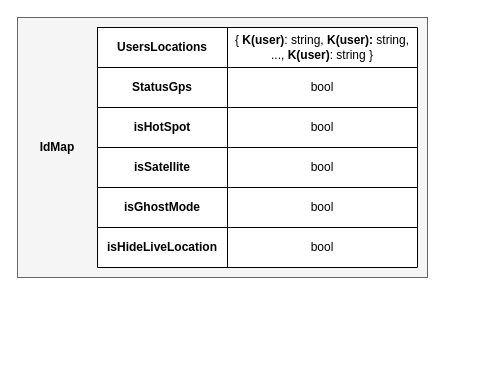
Above: NoAM/collection-map.drawio in Antonet99/noSQL-Snapchat (draw.io), before the change. Source tidied: cells renumbered, new cells numbered last; positions are measured from the earlier drawing's top-left corner, leaving out a move shared by most shapes. Both pictures are drawn from the tidied source at 100%, with x=0, y=0 at pixel (17, 17).
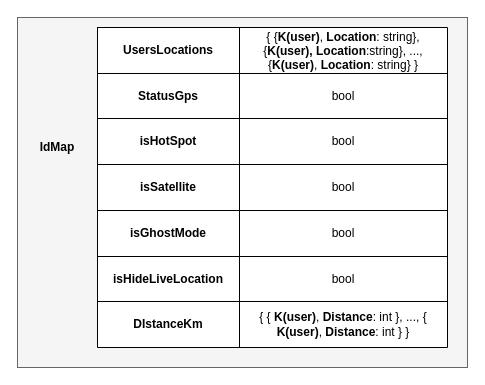
The same page after the edit.

Diff of the diagram source:
```diff
@@
     <mxCell id="2" style="rounded=0;whiteSpace=wrap;html=1;fillColor=#f5f5f5;fontColor=#333333;strokeColor=#666666;" parent="1" vertex="1">
-      <mxGeometry width="410" height="260" as="geometry" />
+      <mxGeometry width="450" height="350" as="geometry" />
     </mxCell>
@@
     <mxCell id="4" style="shape=table;startSize=0;childLayout=tableLayout;" parent="1" vertex="1">
-      <mxGeometry x="80" y="10" width="320" height="240" as="geometry" />
+      <mxGeometry x="80" y="10" width="350" height="320" as="geometry" />
     </mxCell>
     <mxCell id="5" style="shape=tableRow;horizontal=0;startSize=0;swimlaneHead=0;swimlaneBody=0;strokeColor=inherit;top=0;left=0;bottom=0;right=0;fillColor=none;" parent="4" vertex="1">
-      <mxGeometry width="320" height="40" as="geometry" />
+      <mxGeometry width="350" height="46" as="geometry" />
     </mxCell>
     <mxCell id="6" value="&lt;b&gt;UsersLocations&lt;/b&gt;" style="shape=partialRectangle;html=1;whiteSpace=wrap;strokeColor=inherit;overflow=hidden;fillColor=none;top=0;left=0;bottom=0;right=0;" parent="5" vertex="1">
-      <mxGeometry width="130" height="40" as="geometry" />
+      <mxGeometry width="142" height="46" as="geometry" />
     </mxCell>
-    <mxCell id="7" value="{ &lt;b&gt;K(user)&lt;/b&gt;: string, &lt;b&gt;K(user):&lt;/b&gt; string, ..., &lt;b&gt;K(user)&lt;/b&gt;: string }" style="shape=partialRectangle;html=1;whiteSpace=wrap;strokeColor=inherit;overflow=hidden;fillColor=none;top=0;left=0;bottom=0;right=0;" parent="5" vertex="1">
-      <mxGeometry x="130" width="190" height="40" as="geometry" />
+    <mxCell id="7" value="{ {&lt;b&gt;K(user)&lt;/b&gt;, &lt;b&gt;Location&lt;/b&gt;: string}, {&lt;b&gt;K(user), Location&lt;/b&gt;:string}, ..., {&lt;b&gt;K(user)&lt;/b&gt;,&amp;nbsp;&lt;b&gt;Location&lt;/b&gt;: string} }" style="shape=partialRectangle;html=1;whiteSpace=wrap;strokeColor=inherit;overflow=hidden;fillColor=none;top=0;left=0;bottom=0;right=0;" parent="5" vertex="1">
+      <mxGeometry x="142" width="208" height="46" as="geometry" />
     </mxCell>
     <mxCell id="8" style="shape=tableRow;horizontal=0;startSize=0;swimlaneHead=0;swimlaneBody=0;strokeColor=inherit;top=0;left=0;bottom=0;right=0;fillColor=none;" parent="4" vertex="1">
-      <mxGeometry y="40" width="320" height="40" as="geometry" />
+      <mxGeometry y="46" width="350" height="45" as="geometry" />
     </mxCell>
     <mxCell id="9" value="&lt;b&gt;StatusGps&lt;/b&gt;" style="shape=partialRectangle;html=1;whiteSpace=wrap;strokeColor=inherit;overflow=hidden;fillColor=none;top=0;left=0;bottom=0;right=0;" parent="8" vertex="1">
-      <mxGeometry width="130" height="40" as="geometry" />
+      <mxGeometry width="142" height="45" as="geometry" />
     </mxCell>
     <mxCell id="10" value="bool" style="shape=partialRectangle;html=1;whiteSpace=wrap;strokeColor=inherit;overflow=hidden;fillColor=none;top=0;left=0;bottom=0;right=0;" parent="8" vertex="1">
-      <mxGeometry x="130" width="190" height="40" as="geometry" />
+      <mxGeometry x="142" width="208" height="45" as="geometry" />
     </mxCell>
     <mxCell id="11" style="shape=tableRow;horizontal=0;startSize=0;swimlaneHead=0;swimlaneBody=0;strokeColor=inherit;top=0;left=0;bottom=0;right=0;fillColor=none;" parent="4" vertex="1">
-      <mxGeometry y="80" width="320" height="40" as="geometry" />
+      <mxGeometry y="91" width="350" height="46" as="geometry" />
     </mxCell>
     <mxCell id="12" value="&lt;b&gt;isHotSpot&lt;/b&gt;" style="shape=partialRectangle;html=1;whiteSpace=wrap;strokeColor=inherit;overflow=hidden;fillColor=none;top=0;left=0;bottom=0;right=0;" parent="11" vertex="1">
-      <mxGeometry width="130" height="40" as="geometry" />
+      <mxGeometry width="142" height="46" as="geometry" />
     </mxCell>
     <mxCell id="13" value="bool" style="shape=partialRectangle;html=1;whiteSpace=wrap;strokeColor=inherit;overflow=hidden;fillColor=none;top=0;left=0;bottom=0;right=0;" parent="11" vertex="1">
-      <mxGeometry x="130" width="190" height="40" as="geometry" />
+      <mxGeometry x="142" width="208" height="46" as="geometry" />
     </mxCell>
     <mxCell id="14" style="shape=tableRow;horizontal=0;startSize=0;swimlaneHead=0;swimlaneBody=0;strokeColor=inherit;top=0;left=0;bottom=0;right=0;fillColor=none;" parent="4" vertex="1">
-      <mxGeometry y="120" width="320" height="40" as="geometry" />
+      <mxGeometry y="137" width="350" height="46" as="geometry" />
     </mxCell>
     <mxCell id="15" value="&lt;b&gt;isSatellite&lt;/b&gt;" style="shape=partialRectangle;html=1;whiteSpace=wrap;strokeColor=inherit;overflow=hidden;fillColor=none;top=0;left=0;bottom=0;right=0;" parent="14" vertex="1">
-      <mxGeometry width="130" height="40" as="geometry" />
+      <mxGeometry width="142" height="46" as="geometry" />
     </mxCell>
     <mxCell id="16" value="bool" style="shape=partialRectangle;html=1;whiteSpace=wrap;strokeColor=inherit;overflow=hidden;fillColor=none;top=0;left=0;bottom=0;right=0;" parent="14" vertex="1">
-      <mxGeometry x="130" width="190" height="40" as="geometry" />
+      <mxGeometry x="142" width="208" height="46" as="geometry" />
     </mxCell>
     <mxCell id="17" style="shape=tableRow;horizontal=0;startSize=0;swimlaneHead=0;swimlaneBody=0;strokeColor=inherit;top=0;left=0;bottom=0;right=0;fillColor=none;" parent="4" vertex="1">
-      <mxGeometry y="160" width="320" height="40" as="geometry" />
+      <mxGeometry y="183" width="350" height="46" as="geometry" />
     </mxCell>
     <mxCell id="18" value="&lt;b&gt;isGhostMode&lt;/b&gt;" style="shape=partialRectangle;html=1;whiteSpace=wrap;strokeColor=inherit;overflow=hidden;fillColor=none;top=0;left=0;bottom=0;right=0;" parent="17" vertex="1">
-      <mxGeometry width="130" height="40" as="geometry" />
+      <mxGeometry width="142" height="46" as="geometry" />
     </mxCell>
     <mxCell id="19" value="bool" style="shape=partialRectangle;html=1;whiteSpace=wrap;strokeColor=inherit;overflow=hidden;fillColor=none;top=0;left=0;bottom=0;right=0;" parent="17" vertex="1">
-      <mxGeometry x="130" width="190" height="40" as="geometry" />
+      <mxGeometry x="142" width="208" height="46" as="geometry" />
     </mxCell>
     <mxCell id="20" style="shape=tableRow;horizontal=0;startSize=0;swimlaneHead=0;swimlaneBody=0;strokeColor=inherit;top=0;left=0;bottom=0;right=0;fillColor=none;" parent="4" vertex="1">
-      <mxGeometry y="200" width="320" height="40" as="geometry" />
+      <mxGeometry y="229" width="350" height="45" as="geometry" />
     </mxCell>
     <mxCell id="21" value="&lt;b&gt;isHideLiveLocation&lt;/b&gt;" style="shape=partialRectangle;html=1;whiteSpace=wrap;strokeColor=inherit;overflow=hidden;fillColor=none;top=0;left=0;bottom=0;right=0;" parent="20" vertex="1">
-      <mxGeometry width="130" height="40" as="geometry" />
+      <mxGeometry width="142" height="45" as="geometry" />
     </mxCell>
     <mxCell id="22" value="bool" style="shape=partialRectangle;html=1;whiteSpace=wrap;strokeColor=inherit;overflow=hidden;fillColor=none;top=0;left=0;bottom=0;right=0;" parent="20" vertex="1">
-      <mxGeometry x="130" width="190" height="40" as="geometry" />
+      <mxGeometry x="142" width="208" height="45" as="geometry" />
     </mxCell>
+    <mxCell id="23" style="shape=tableRow;horizontal=0;startSize=0;swimlaneHead=0;swimlaneBody=0;strokeColor=inherit;top=0;left=0;bottom=0;right=0;fillColor=none;" parent="4" vertex="1">
+      <mxGeometry y="274" width="350" height="46" as="geometry" />
+    </mxCell>
+    <mxCell id="24" value="&lt;b&gt;DIstanceKm&lt;/b&gt;" style="shape=partialRectangle;html=1;whiteSpace=wrap;strokeColor=inherit;overflow=hidden;fillColor=none;top=0;left=0;bottom=0;right=0;" parent="23" vertex="1">
+      <mxGeometry width="142" height="46" as="geometry" />
+    </mxCell>
+    <mxCell id="25" value="{ { &lt;b&gt;K(user)&lt;/b&gt;, &lt;b&gt;Distance&lt;/b&gt;: int }, ...,&amp;nbsp;{ &lt;b&gt;K(user)&lt;/b&gt;, &lt;b&gt;Distance&lt;/b&gt;: int } }" style="shape=partialRectangle;html=1;whiteSpace=wrap;strokeColor=inherit;overflow=hidden;fillColor=none;top=0;left=0;bottom=0;right=0;" parent="23" vertex="1">
+      <mxGeometry x="142" width="208" height="46" as="geometry" />
+    </mxCell>
```
